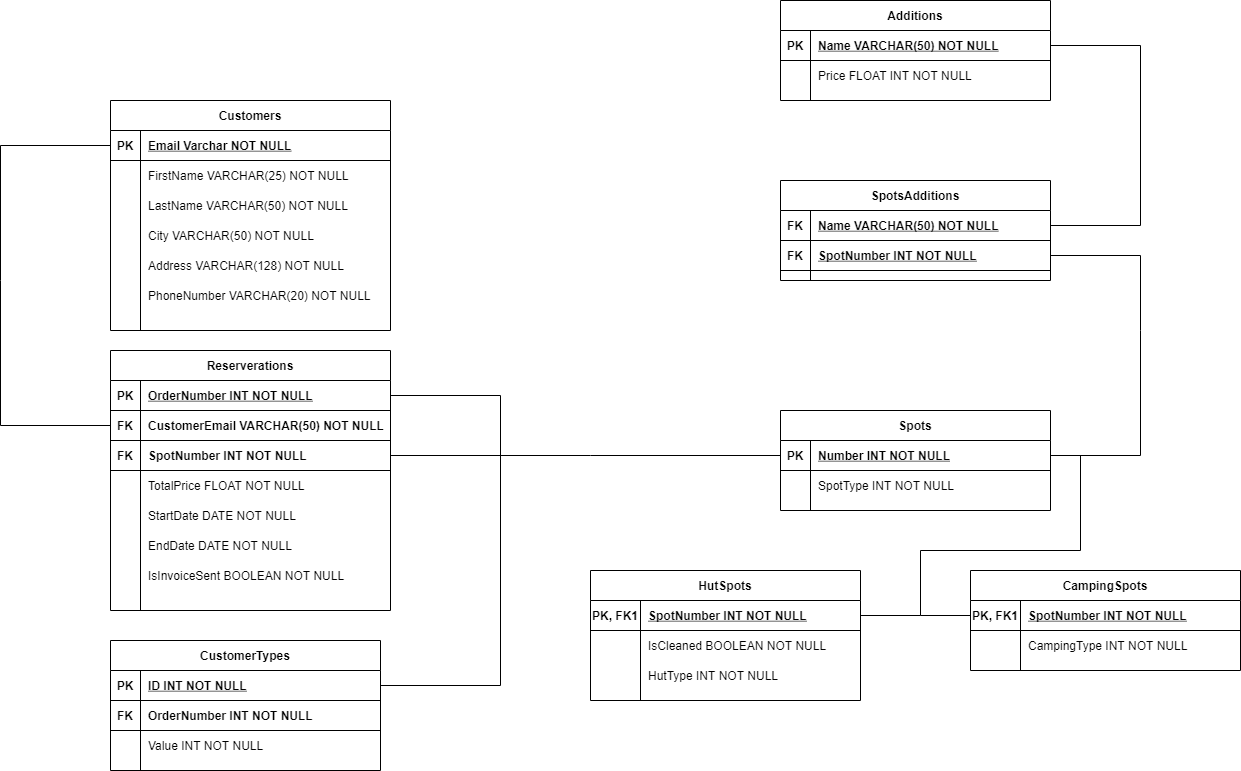
The draw.io diagram Dokumentation/RDS Diagram.png in jonash871j/H2-ZAPBeachCamping, before a commit. Source tidied: cells renumbered, new cells last; positions are measured from the earlier drawing's top-left corner, leaving out a move shared by most shapes.
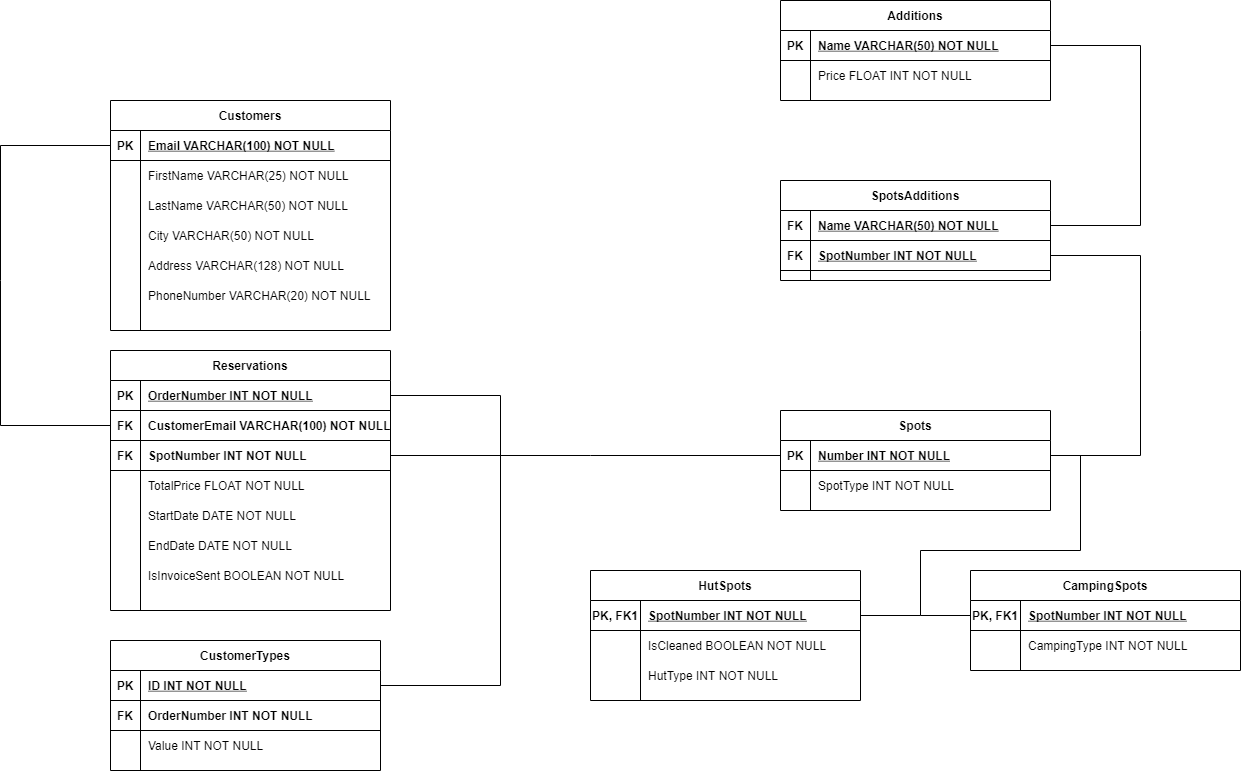
After the commit.

What changed in the source:
```diff
@@ -11,7 +11,7 @@
     <mxCell id="4" value="PK" style="shape=partialRectangle;overflow=hidden;fillColor=none;top=0;left=0;bottom=0;right=0;fontStyle=1;" parent="3" vertex="1">
       <mxGeometry width="30" height="30" as="geometry" />
     </mxCell>
-    <mxCell id="5" value="Email Varchar NOT NULL " style="shape=partialRectangle;overflow=hidden;fillColor=none;top=0;left=0;bottom=0;right=0;align=left;spacingLeft=6;fontStyle=5;" parent="3" vertex="1">
+    <mxCell id="5" value="Email VARCHAR(100) NOT NULL " style="shape=partialRectangle;overflow=hidden;fillColor=none;top=0;left=0;bottom=0;right=0;align=left;spacingLeft=6;fontStyle=5;" parent="3" vertex="1">
       <mxGeometry x="30" width="250" height="30" as="geometry" />
     </mxCell>
     <mxCell id="6" style="shape=partialRectangle;fillColor=none;top=0;left=0;right=0;bottom=0;" parent="2" vertex="1">
@@ -59,7 +59,7 @@
     <mxCell id="20" value="PhoneNumber VARCHAR(20) NOT NULL" style="shape=partialRectangle;overflow=hidden;fillColor=none;top=0;left=0;bottom=0;right=0;align=left;spacingLeft=6;" parent="18" vertex="1">
       <mxGeometry x="30" width="250" height="30" as="geometry" />
     </mxCell>
-    <mxCell id="21" value="Reserverations" style="shape=table;startSize=30;rowLines=0;fontStyle=1;align=center;" parent="1" vertex="1">
+    <mxCell id="21" value="Reservations" style="shape=table;startSize=30;rowLines=0;fontStyle=1;align=center;" parent="1" vertex="1">
       <mxGeometry x="110" y="350" width="280" height="260" as="geometry" />
     </mxCell>
     <mxCell id="22" style="shape=partialRectangle;fillColor=none;points=[[0,0.5],[1,0.5]];portConstraint=eastwest;top=0;left=0;right=0;bottom=1;" parent="21" vertex="1">
@@ -77,7 +77,7 @@
     <mxCell id="26" value="FK" style="shape=partialRectangle;overflow=hidden;fillColor=none;top=0;left=0;bottom=0;right=0;fontStyle=1;" parent="25" vertex="1">
       <mxGeometry width="30" height="30" as="geometry" />
     </mxCell>
-    <mxCell id="27" value="CustomerEmail VARCHAR(50) NOT NULL" style="shape=partialRectangle;overflow=hidden;fillColor=none;top=0;left=0;bottom=0;right=0;align=left;spacingLeft=6;fontStyle=1;" parent="25" vertex="1">
+    <mxCell id="27" value="CustomerEmail VARCHAR(100) NOT NULL" style="shape=partialRectangle;overflow=hidden;fillColor=none;top=0;left=0;bottom=0;right=0;align=left;spacingLeft=6;fontStyle=1;" parent="25" vertex="1">
       <mxGeometry x="30" width="250" height="30" as="geometry" />
     </mxCell>
     <mxCell id="28" style="shape=partialRectangle;fillColor=none;points=[[0,0.5],[1,0.5]];portConstraint=eastwest;top=0;left=0;right=0;bottom=1;" parent="21" vertex="1">
```
